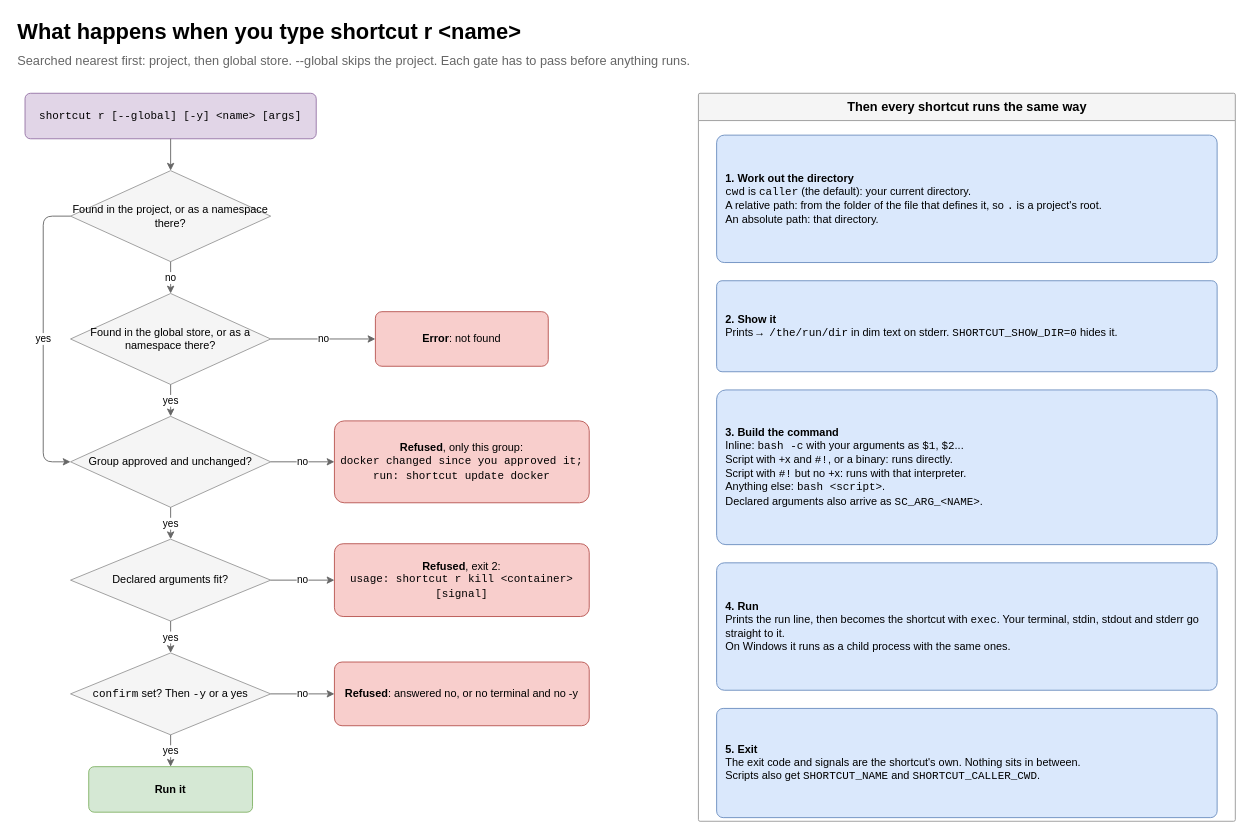
The draw.io diagram page "2 How a name runs" (2 of 5) of docs/shortcut-overview.drawio in StanLukuvka/Shortcut, before the edit. Source tidied: cells renumbered, new cells numbered last; positions are measured from the earlier drawing's top-left corner, leaving out a move shared by most shapes. Both pictures are drawn from the tidied source at 91%, with x=0, y=0 at pixel (15, 15).
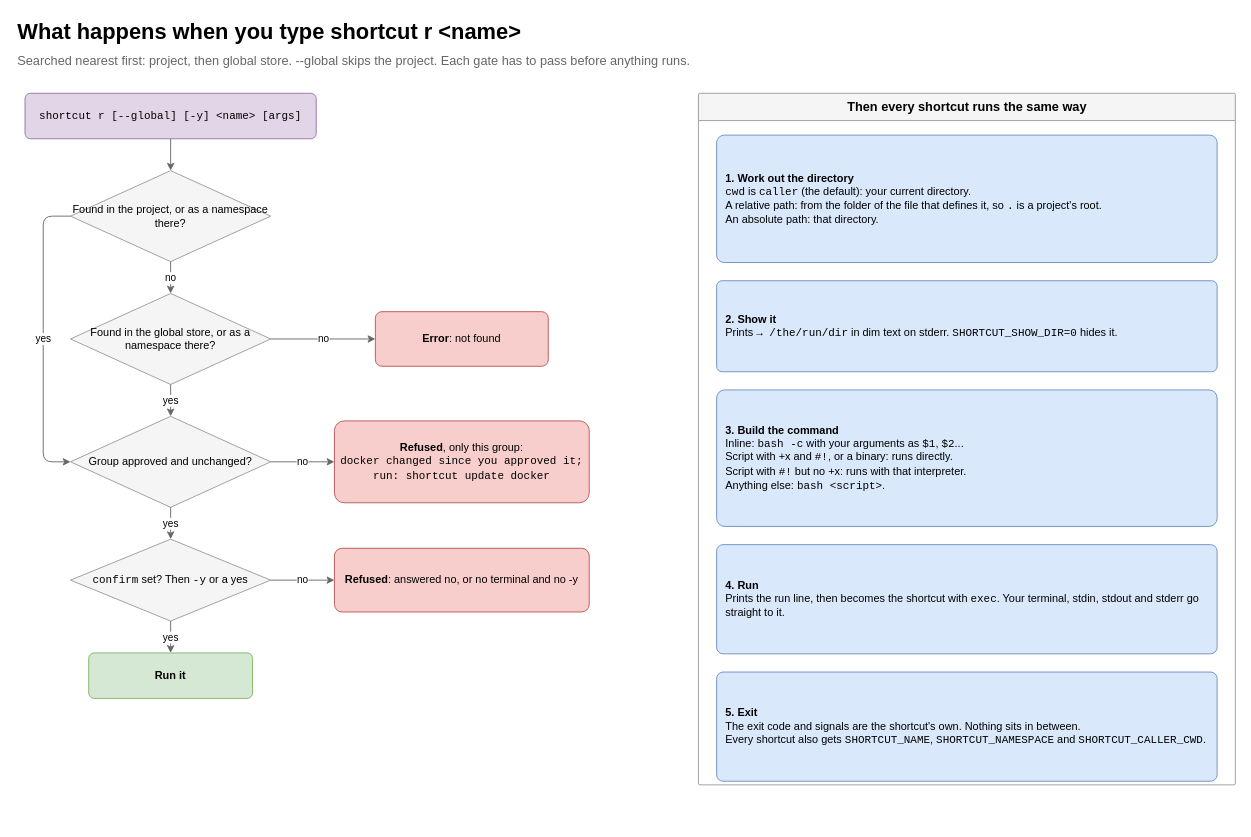
Above is the later version.

Unchanged cells that the change refers to:
```xml
<mxCell id="8" value="Group approved and unchanged?" style="rhombus;whiteSpace=wrap;html=1;fillColor=#f5f5f5;strokeColor=#999999;fontSize=12;" parent="1" vertex="1">
  <mxGeometry x="60" y="440" width="220" height="100" as="geometry" />
</mxCell>
```

Change to the diagram source:
```diff
@@
-    <mxCell id="10" value="Declared arguments fit?" style="rhombus;whiteSpace=wrap;html=1;fillColor=#f5f5f5;strokeColor=#999999;fontSize=12;" parent="1" vertex="1">
-      <mxGeometry x="60" y="575" width="220" height="90" as="geometry" />
-    </mxCell>
-    <mxCell id="11" value="&lt;b&gt;Refused&lt;/b&gt;, exit 2:&lt;br&gt;&lt;font face=&quot;monospace&quot;&gt;usage: shortcut r kill &amp;lt;container&amp;gt; [signal]&lt;/font&gt;" style="rounded=1;arcSize=12;whiteSpace=wrap;html=1;fillColor=#f8cecc;strokeColor=#b85450;fontSize=12;" parent="1" vertex="1">
-      <mxGeometry x="350" y="580" width="280" height="80" as="geometry" />
-    </mxCell>
     <mxCell id="12" value="&lt;font face=&quot;monospace&quot;&gt;confirm&lt;/font&gt; set? Then &lt;font face=&quot;monospace&quot;&gt;-y&lt;/font&gt; or a yes" style="rhombus;whiteSpace=wrap;html=1;fillColor=#f5f5f5;strokeColor=#999999;fontSize=12;" parent="1" vertex="1">
-      <mxGeometry x="60" y="700" width="220" height="90" as="geometry" />
+      <mxGeometry x="60" y="575" width="220" height="90" as="geometry" />
     </mxCell>
     <mxCell id="13" value="&lt;b&gt;Refused&lt;/b&gt;: answered no, or no terminal and no -y" style="rounded=1;arcSize=12;whiteSpace=wrap;html=1;fillColor=#f8cecc;strokeColor=#b85450;fontSize=12;" parent="1" vertex="1">
-      <mxGeometry x="350" y="710" width="280" height="70" as="geometry" />
+      <mxGeometry x="350" y="585" width="280" height="70" as="geometry" />
     </mxCell>
     <mxCell id="14" value="&lt;b&gt;Run it&lt;/b&gt;" style="rounded=1;arcSize=12;whiteSpace=wrap;html=1;fillColor=#d5e8d4;strokeColor=#82b366;fontSize=12;" parent="1" vertex="1">
-      <mxGeometry x="80" y="825" width="180" height="50" as="geometry" />
+      <mxGeometry x="80" y="700" width="180" height="50" as="geometry" />
     </mxCell>
@@
-    <mxCell id="18" value="yes" style="edgeStyle=orthogonalEdgeStyle;rounded=1;html=1;defaultLabelBackgroundColor=page;fontSize=11;endArrow=classic;strokeColor=#666666;" parent="1" edge="1" source="8" target="10">
+    <mxCell id="18" value="yes" style="edgeStyle=orthogonalEdgeStyle;rounded=1;html=1;defaultLabelBackgroundColor=page;fontSize=11;endArrow=classic;strokeColor=#666666;" parent="1" edge="1" source="8" target="12">
       <mxGeometry relative="1" as="geometry" />
     </mxCell>
-    <mxCell id="19" value="yes" style="edgeStyle=orthogonalEdgeStyle;rounded=1;html=1;defaultLabelBackgroundColor=page;fontSize=11;endArrow=classic;strokeColor=#666666;" parent="1" edge="1" source="10" target="12">
-      <mxGeometry relative="1" as="geometry" />
-    </mxCell>
@@
-    <mxCell id="23" value="no" style="edgeStyle=orthogonalEdgeStyle;rounded=1;html=1;defaultLabelBackgroundColor=page;fontSize=11;endArrow=classic;strokeColor=#666666;" parent="1" edge="1" source="10" target="11">
-      <mxGeometry relative="1" as="geometry" />
-    </mxCell>
@@
     <mxCell id="26" value="&lt;b&gt;Then every shortcut runs the same way&lt;/b&gt;" style="swimlane;startSize=30;html=1;rounded=1;arcSize=2;fontSize=14;fillColor=#f5f5f5;strokeColor=#999999;swimlaneFillColor=none;" parent="1" vertex="1">
-      <mxGeometry x="750" y="85" width="590" height="800" as="geometry" />
+      <mxGeometry x="750" y="85" width="590" height="760" as="geometry" />
     </mxCell>
@@
-    <mxCell id="29" value="&lt;b&gt;3. Build the command&lt;/b&gt;&lt;br&gt;Inline: &lt;font face=&quot;monospace&quot;&gt;bash -c&lt;/font&gt; with your arguments as &lt;font face=&quot;monospace&quot;&gt;$1&lt;/font&gt;, &lt;font face=&quot;monospace&quot;&gt;$2&lt;/font&gt;...&lt;br&gt;Script with +x and &lt;font face=&quot;monospace&quot;&gt;#!&lt;/font&gt;, or a binary: runs directly.&lt;br&gt;Script with &lt;font face=&quot;monospace&quot;&gt;#!&lt;/font&gt; but no +x: runs with that interpreter.&lt;br&gt;Anything else: &lt;font face=&quot;monospace&quot;&gt;bash &amp;lt;script&amp;gt;&lt;/font&gt;.&lt;br&gt;Declared arguments also arrive as &lt;font face=&quot;monospace&quot;&gt;SC_ARG_&amp;lt;NAME&amp;gt;&lt;/font&gt;." style="rounded=1;whiteSpace=wrap;html=1;arcSize=6;fillColor=#dae8fc;strokeColor=#6c8ebf;fontSize=12;align=left;verticalAlign=middle;spacing=10;" parent="26" vertex="1">
-      <mxGeometry x="20" y="326" width="550" height="170" as="geometry" />
+    <mxCell id="29" value="&lt;b&gt;3. Build the command&lt;/b&gt;&lt;br&gt;Inline: &lt;font face=&quot;monospace&quot;&gt;bash -c&lt;/font&gt; with your arguments as &lt;font face=&quot;monospace&quot;&gt;$1&lt;/font&gt;, &lt;font face=&quot;monospace&quot;&gt;$2&lt;/font&gt;...&lt;br&gt;Script with +x and &lt;font face=&quot;monospace&quot;&gt;#!&lt;/font&gt;, or a binary: runs directly.&lt;br&gt;Script with &lt;font face=&quot;monospace&quot;&gt;#!&lt;/font&gt; but no +x: runs with that interpreter.&lt;br&gt;Anything else: &lt;font face=&quot;monospace&quot;&gt;bash &amp;lt;script&amp;gt;&lt;/font&gt;." style="rounded=1;whiteSpace=wrap;html=1;arcSize=6;fillColor=#dae8fc;strokeColor=#6c8ebf;fontSize=12;align=left;verticalAlign=middle;spacing=10;" parent="26" vertex="1">
+      <mxGeometry x="20" y="326" width="550" height="150" as="geometry" />
     </mxCell>
-    <mxCell id="30" value="&lt;b&gt;4. Run&lt;/b&gt;&lt;br&gt;Prints the run line, then becomes the shortcut with &lt;font face=&quot;monospace&quot;&gt;exec&lt;/font&gt;. Your terminal, stdin, stdout and stderr go straight to it.&lt;br&gt;On Windows it runs as a child process with the same ones." style="rounded=1;whiteSpace=wrap;html=1;arcSize=6;fillColor=#dae8fc;strokeColor=#6c8ebf;fontSize=12;align=left;verticalAlign=middle;spacing=10;" parent="26" vertex="1">
-      <mxGeometry x="20" y="516" width="550" height="140" as="geometry" />
+    <mxCell id="30" value="&lt;b&gt;4. Run&lt;/b&gt;&lt;br&gt;Prints the run line, then becomes the shortcut with &lt;font face=&quot;monospace&quot;&gt;exec&lt;/font&gt;. Your terminal, stdin, stdout and stderr go straight to it." style="rounded=1;whiteSpace=wrap;html=1;arcSize=6;fillColor=#dae8fc;strokeColor=#6c8ebf;fontSize=12;align=left;verticalAlign=middle;spacing=10;" parent="26" vertex="1">
+      <mxGeometry x="20" y="496" width="550" height="120" as="geometry" />
     </mxCell>
-    <mxCell id="31" value="&lt;b&gt;5. Exit&lt;/b&gt;&lt;br&gt;The exit code and signals are the shortcut's own. Nothing sits in between.&lt;br&gt;Scripts also get &lt;font face=&quot;monospace&quot;&gt;SHORTCUT_NAME&lt;/font&gt; and &lt;font face=&quot;monospace&quot;&gt;SHORTCUT_CALLER_CWD&lt;/font&gt;." style="rounded=1;whiteSpace=wrap;html=1;arcSize=6;fillColor=#dae8fc;strokeColor=#6c8ebf;fontSize=12;align=left;verticalAlign=middle;spacing=10;" parent="26" vertex="1">
-      <mxGeometry x="20" y="676" width="550" height="120" as="geometry" />
+    <mxCell id="31" value="&lt;b&gt;5. Exit&lt;/b&gt;&lt;br&gt;The exit code and signals are the shortcut's own. Nothing sits in between.&lt;br&gt;Every shortcut also gets &lt;font face=&quot;monospace&quot;&gt;SHORTCUT_NAME&lt;/font&gt;, &lt;font face=&quot;monospace&quot;&gt;SHORTCUT_NAMESPACE&lt;/font&gt; and &lt;font face=&quot;monospace&quot;&gt;SHORTCUT_CALLER_CWD&lt;/font&gt;." style="rounded=1;whiteSpace=wrap;html=1;arcSize=6;fillColor=#dae8fc;strokeColor=#6c8ebf;fontSize=12;align=left;verticalAlign=middle;spacing=10;" parent="26" vertex="1">
+      <mxGeometry x="20" y="636" width="550" height="120" as="geometry" />
     </mxCell>
```
